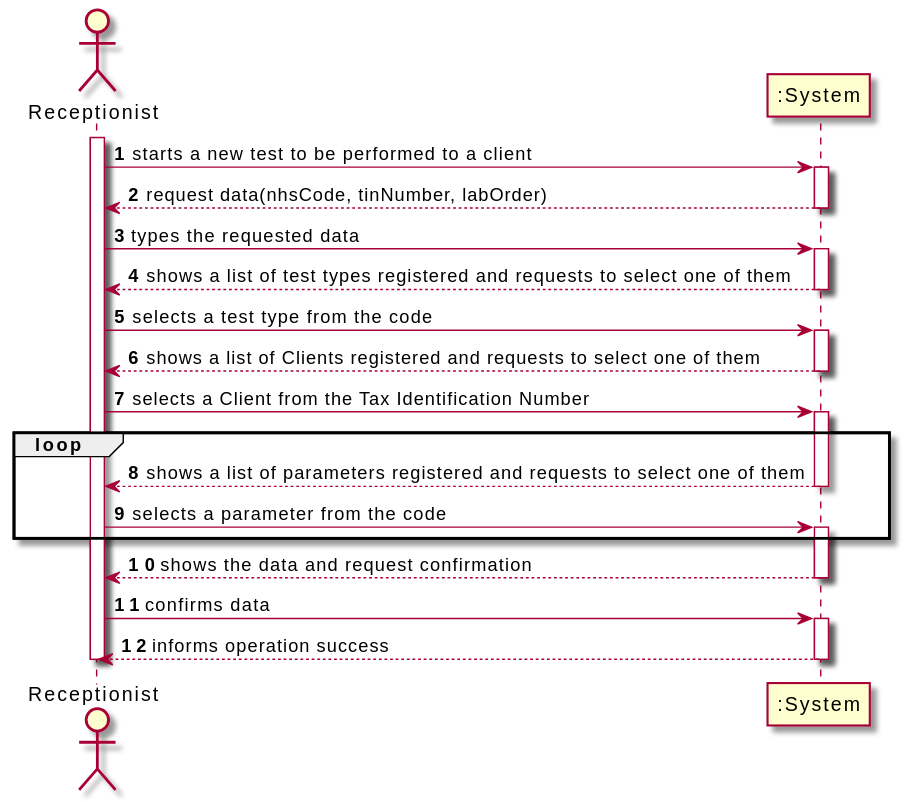
Earlier version of the PlantUML export docs/SprintC/US4_RegisterTest/US004_SSD.svg (Pedromaia26/LAPR2-ISEP).
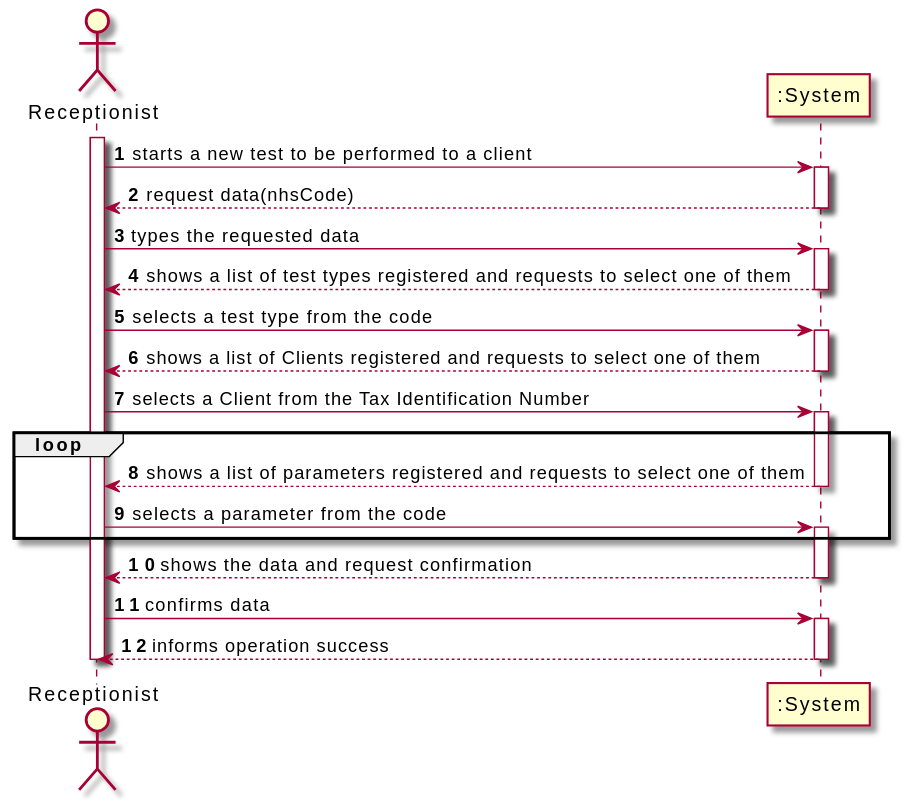
Above is the later version.

Change to the diagram source:
```diff
@@ -6,7 +6,7 @@
 activate Adm
 Adm -> System: starts a new test to be performed to a client
 activate System
-System --> Adm: request data(nhsCode, tinNumber, labOrder)
+System --> Adm: request data(nhsCode)
 deactivate System
 Adm -> System: types the requested data
 activate System
```
